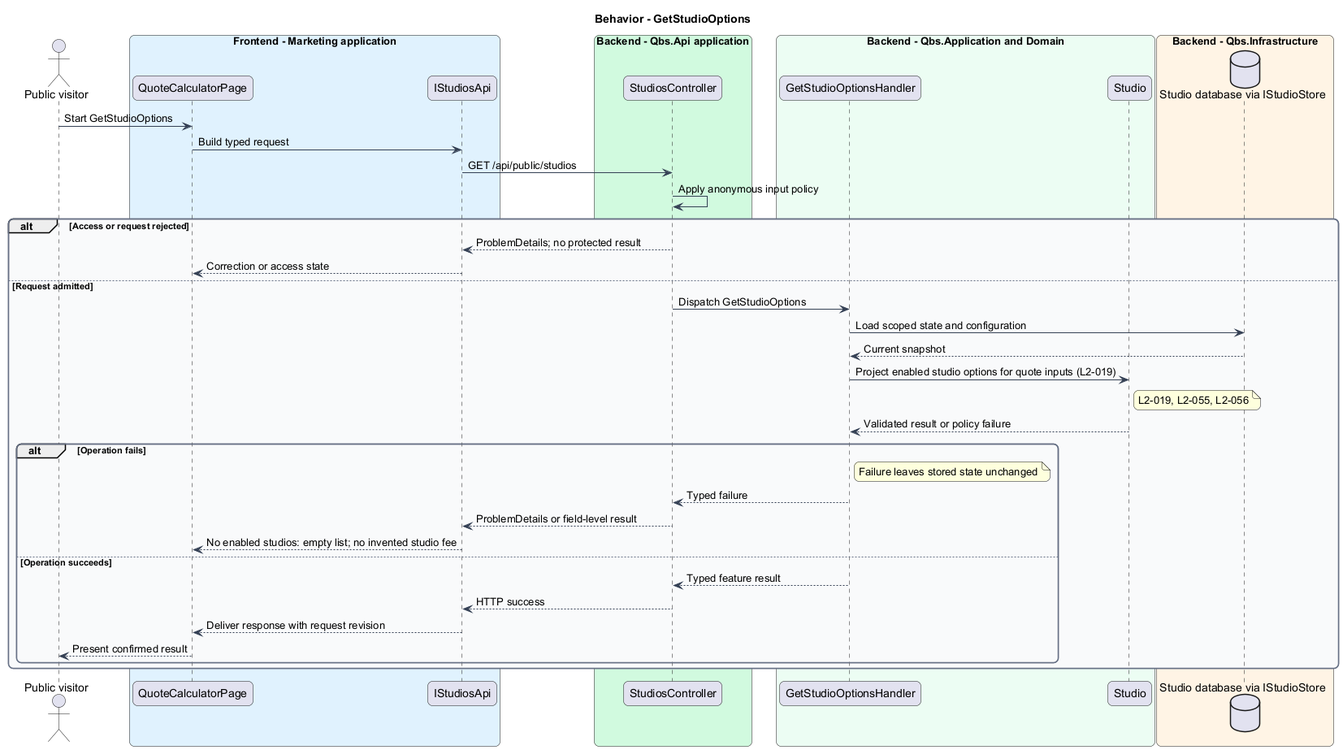
The PlantUML diagram docs/detailed-designs/quotations/configure-studios/diagrams/sequence-get-studio-options.png in QuinntyneBrown/quinntyne-brown-studio, before a commit. The source it was exported from:
```plantuml
@startuml
skinparam backgroundColor #FFFFFF
skinparam shadowing false
skinparam roundcorner 12
skinparam defaultFontName Arial
skinparam ArrowColor #344054
skinparam rectangle {
  BorderColor #344054
  FontColor #101828
}
skinparam package {
  BorderColor #667085
  FontColor #101828
  BackgroundColor #F9FAFB
}
title Behavior - GetStudioOptions
actor "Public visitor" as actor
box "Frontend - Marketing application" #E0F2FE
 participant "QuoteCalculatorPage" as page
 participant "IStudiosApi" as client
end box
box "Backend - Qbs.Api application" #D1FADF
 participant "StudiosController" as controller
end box
box "Backend - Qbs.Application and Domain" #ECFDF3
 participant "GetStudioOptionsHandler" as handler
 participant "Studio" as entity
end box
box "Backend - Qbs.Infrastructure" #FFF4E5
 database "Studio database via IStudioStore" as db
end box
actor -> page : Start GetStudioOptions
page -> client : Build typed request
client -> controller : GET /api/public/studios
controller -> controller : Apply anonymous input policy
alt Access or request rejected
controller --> client : ProblemDetails; no protected result
client --> page : Correction or access state
else Request admitted
controller -> handler : Dispatch GetStudioOptions
handler -> db : Load scoped state and configuration
db --> handler : Current snapshot
handler -> entity : Project enabled studio options for quote inputs (L2-019)
note right of entity
L2-019, L2-055, L2-056
end note
entity --> handler : Validated result or policy failure
alt Operation fails
note right of handler : Failure leaves stored state unchanged
handler --> controller : Typed failure
controller --> client : ProblemDetails or field-level result
client --> page : No enabled studios: empty list; no invented studio fee
else Operation succeeds
handler --> controller : Typed feature result
controller --> client : HTTP success
client --> page : Deliver response with request revision
page --> actor : Present confirmed result
end
end
@enduml
```
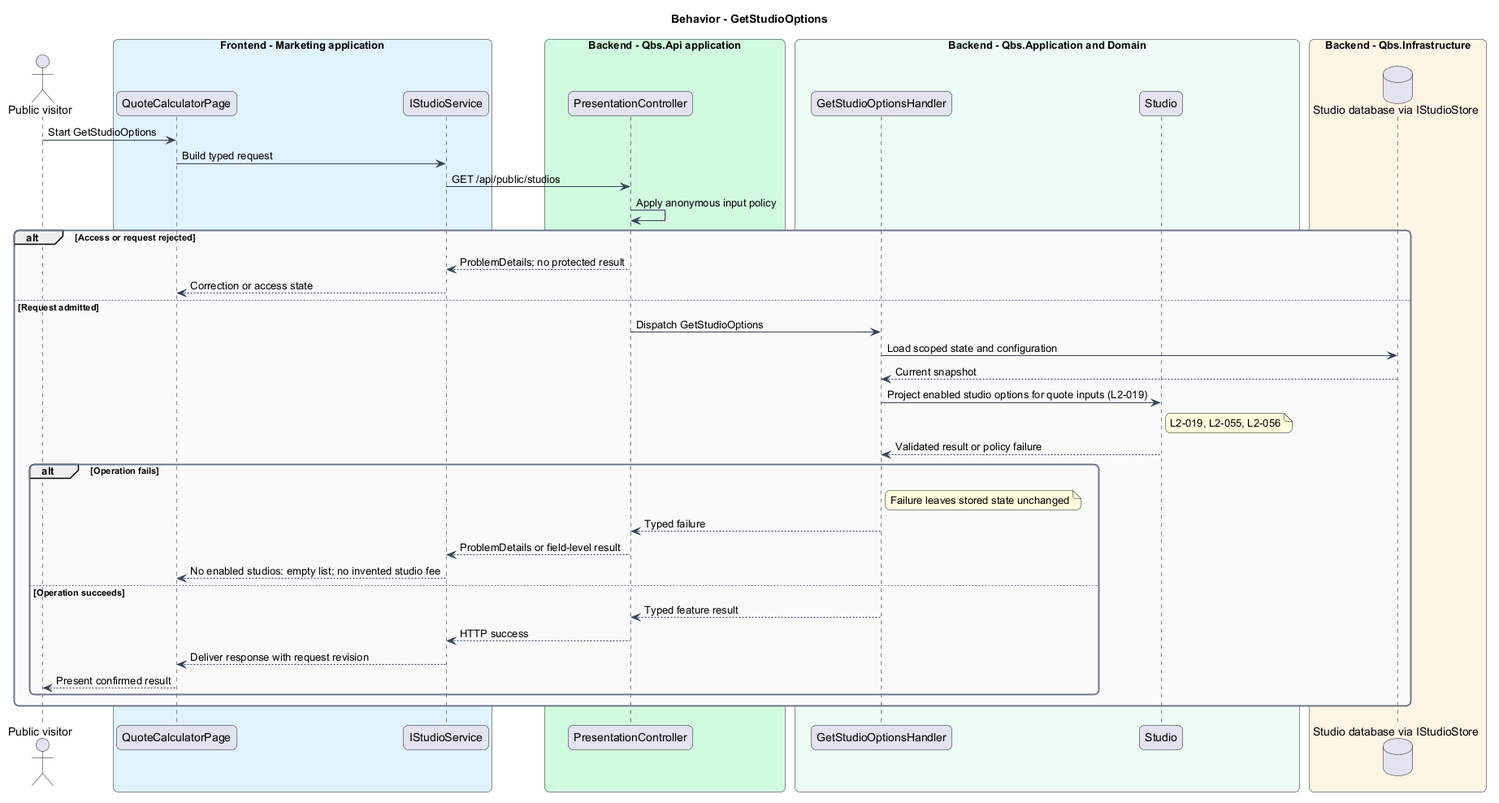
After the change.

The edit, as a diff of the source:
```diff
@@ -17,10 +17,10 @@
 actor "Public visitor" as actor
 box "Frontend - Marketing application" #E0F2FE
  participant "QuoteCalculatorPage" as page
- participant "IStudiosApi" as client
+ participant "IStudioService" as client
 end box
 box "Backend - Qbs.Api application" #D1FADF
- participant "StudiosController" as controller
+ participant "PresentationController" as controller
 end box
 box "Backend - Qbs.Application and Domain" #ECFDF3
  participant "GetStudioOptionsHandler" as handler
```
